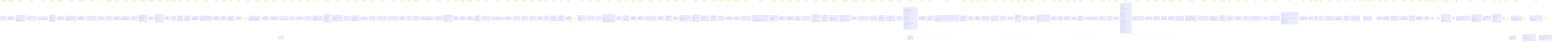
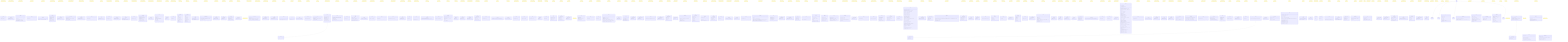
classDiagram
    class AppliedPresetTag {
        <<interface>>
        +name: string
        +orbitButton: ButtonToken
        +panButton: ButtonToken
    }
    note for AppliedPresetTag "src/render/cameraControls.ts"
    class ArchiveActions {
        <<interface>>
        +readonly canResume: boolean
        +readonly canReview: boolean
    }
    note for ArchiveActions "src/ui/widgets/archiveModel.ts"
    class ArchiveDeps {
        <<interface>>
        +readonly doc: Document
        +listArchive(): Promise~readonly ArchiveListing[]~
        +popScope(): void
        +pushScope(scope: ArchiveScope): void
        +registerOpenArchive(open: () =~ void): void
        +resumeArchived(id: string): Promise~void~
        +reviewArchived(id: string): Promise~void~
    }
    note for ArchiveDeps "src/ui/widgets/archive.ts"
    class ArchivedMeta {
        <<interface>>
        +readonly players: Readonly~Record~string, string~~
        +readonly result: string
        +readonly startedAt: number
    }
    note for ArchivedMeta "src/persist/archive.ts"
    class ArchiveInspect {
        <<interface>>
        +listArchive(): Promise~readonly ArchiveListing[]~
    }
    note for ArchiveInspect "src/debug/window.ts"
    class ArchiveItem {
        <<interface>>
        +readonly canResume: boolean
        +readonly canReview: boolean
        +readonly conflicted: boolean
        +readonly headHash: string
        +readonly id: string
        +readonly playersLabel: string
        +readonly result: string
        +readonly startedAt: number
    }
    note for ArchiveItem "src/ui/widgets/archiveModel.ts"
    class ArchiveListing {
        <<interface>>
        +readonly id: string
        +readonly meta: ArchiveListingMeta
    }
    note for ArchiveListing "src/ui/widgets/archiveModel.ts"
    class ArchiveListingMeta {
        <<interface>>
        +readonly headHash: string
        +readonly players: Readonly~Record~string, string~~
        +readonly result: string
        +readonly startedAt: number
    }
    note for ArchiveListingMeta "src/ui/widgets/archiveModel.ts"
    class ArchiveModel {
        <<interface>>
        +readonly isEmpty: boolean
        +readonly items: readonly ArchiveItem[]
    }
    note for ArchiveModel "src/ui/widgets/archiveModel.ts"
    class ArchiveScope {
        <<interface>>
        +readonly bindings: Readonly~Record~string, string~~
        +readonly blocking: true
        +readonly id: string
    }
    note for ArchiveScope "src/ui/widgets/archive.ts"
    class Axis {
        <<interface>>
        +readonly category: LineCategory
        +readonly vec: Coord
    }
    note for Axis "src/core/axes.ts"
    class BannerButton {
        <<interface>>
        +readonly commandId: string
        +readonly enabled: boolean
        +readonly label: string
    }
    note for BannerButton "src/ui/widgets/bannerModel.ts"
    class BannerContext {
        <<interface>>
        +readonly history: BannerHistory
        +readonly offTurnBlocks: number
    }
    note for BannerContext "src/ui/widgets/banner.ts"
    class BannerDeps {
        <<interface>>
        +readonly doc: Document
        +dispatch(commandId: string): boolean
    }
    note for BannerDeps "src/ui/widgets/banner.ts"
    class BannerHistory {
        <<interface>>
        +readonly canRedo: boolean
        +readonly canReset: boolean
        +readonly canUndo: boolean
    }
    note for BannerHistory "src/ui/widgets/bannerModel.ts"
    class BannerModel {
        <<interface>>
        +readonly blackCaptures: number
        +readonly blackCapturesLabel: string
        +readonly buttons: readonly BannerButton[]
        +readonly capturesSeparator: string
        +readonly player: Player
        +readonly status: 'turn' | 'winner'
        +readonly whiteCaptures: number
        +readonly whiteCapturesLabel: string
    }
    note for BannerModel "src/ui/widgets/bannerModel.ts"
    class BoardConfig {
        <<interface>>
        +readonly size: number
    }
    note for BoardConfig "src/ui/widgets/settingsModel.ts"
    class CameraPresetReadout {
        <<interface>>
        +maxDistance: number
        +minDistance: number
        +mouseButtons: Object
        +name: string
        +orbitButton: 'LEFT' | 'MIDDLE' | 'RIGHT'
        +panButton: 'LEFT' | 'MIDDLE' | 'RIGHT'
        +panSpeed: number
        +rotateSpeed: number
        +zoomSpeed: number
        +zoomToCursor: boolean
    }
    note for CameraPresetReadout "src/render/cameraControls.ts"
    class CameraReadout {
        <<interface>>
        +position: Object
        +target: Object
    }
    note for CameraReadout "src/render/scene.ts"
    class ColorFieldModel {
        <<interface>>
        +readonly key: string
        +readonly label: string
        +readonly value: string
    }
    note for ColorFieldModel "src/ui/widgets/settingsModel.ts"
    class ColorsPreview {
        <<interface>>
        +background: string
+         +blackPiece: string
+         +emptySphere: string
+         +hoverHighlight: string
        +lineFaceDiagonal: string
        +lineOpacity: number
        +lineOrthogonal: string
        +lineSpaceDiagonal: string
+         +tempPiece: string
+         +whitePiece: string
+         +winningLine: string
    }
    note for ColorsPreview "src/render/scene.ts"
    class ColorsReadout {
        <<interface>>
        +background: string
+         +blackPiece: string
+         +emptySphere: string
+         +hoverHighlight: string
        +lineFaceDiagonal: string
        +lineOpacity: number
        +lineOrthogonal: string
        +lineSpaceDiagonal: string
+         +tempPiece: string
+         +whitePiece: string
+         +winningLine: string
    }
    note for ColorsReadout "src/render/scene.ts"
    class Command {
        <<interface>>
        +readonly id: CommandId
        +run(ctx: CommandContext): void
    }
    note for Command "src/input/commands.ts"
    class CommandRegistry {
        <<interface>>
        +dispatch(id: CommandId, ctx: CommandContext): boolean
        +get(id: CommandId): Command | undefined
        +has(id: CommandId): boolean
        +ids(): CommandId[]
    }
    note for CommandRegistry "src/input/commands.ts"
    class ConfirmResult {
        <<interface>>
        +readonly commit: Coord | null
        +readonly next: TempPlacement
    }
    note for ConfirmResult "src/input/placement.ts"
    class ConflictedGame {
        <<interface>>
        +readonly mine: Game
        +readonly theirs: Game
    }
    note for ConflictedGame "src/persist/archive.ts"
    class ConflictedRecord {
        <<interface>>
        +readonly forks: Object
        +readonly size: number
    }
    note for ConflictedRecord "src/persist/archive.ts"
    class ConflictInput {
        <<interface>>
        +readonly meta: ArchivedMeta
        +readonly mineLog: EventLog
        +readonly size: number
        +readonly theirsLog: EventLog
    }
    note for ConflictInput "src/persist/archive.ts"
    class ConnectOptions {
        <<interface>>
        +readonly password: string
    }
    note for ConnectOptions "src/net/transport.ts"
    class ControlPreset {
        <<interface>>
        +readonly invertY: boolean
        +readonly maxDistance: number
        +readonly minDistance: number
        +readonly orbit: Gesture
        +readonly orbitSpeed: number
        +readonly pan: Gesture
        +readonly panSpeed: number
        +readonly zoom: Gesture
        +readonly zoomSpeed: number
        +readonly zoomToCursor: boolean
    }
    note for ControlPreset "src/render/cameraPresets.ts"
    class ControlsConfig {
        <<interface>>
        +readonly preset: string
        +readonly presets: Readonly~Record~string, ControlPreset~~
    }
    note for ControlsConfig "src/render/cameraPresets.ts"
    class ControlsConfig {
        <<interface>>
        +readonly preset: string
        +readonly presets: Readonly~Record~string, unknown~~
    }
    note for ControlsConfig "src/ui/widgets/settingsModel.ts"
    class DragGuardConfig {
        <<interface>>
        +readonly enabled: boolean
        +readonly thresholdPx: number
    }
    note for DragGuardConfig "src/input/pointerGesture.ts"
    class EditableProbe {
        <<interface>>
        +readonly isContentEditable: boolean
        +readonly tagName: string
    }
    note for EditableProbe "src/input/keybindings.ts"
    class Emitter {
        <<interface>>
        +emit(payload: T): void
        +subscribe(fn: (payload: T) =~ void): () =~ void
    }
    note for Emitter "src/util/emitter.ts"
    class Entry {
        <<interface>>
        +fn: (payload: T) =~ void
    }
    note for Entry "src/util/emitter.ts"
    class EventLog {
        <<interface>>
        +readonly entries: readonly LogEntry[]
    }
    note for EventLog "src/core/eventLog.ts"
    class GameExport {
        <<interface>>
        +readonly log: readonly Event[]
        +readonly settings: GameSettings
        +readonly size: number
    }
    note for GameExport "src/core/serialize.ts"
    class GameMeta {
        <<interface>>
        +readonly headHash: string
        +readonly players: Readonly~Record~string, string~~
        +readonly result: string
        +readonly startedAt: number
    }
    note for GameMeta "src/persist/db.ts"
    class GameRecord {
        <<interface>>
        +readonly id: string
        +readonly log: readonly Readonly~Record~string, unknown~~[]
        +readonly meta: GameMeta
    }
    note for GameRecord "src/persist/db.ts"
    class GameState {
        <<interface>>
        +readonly captures: Readonly~Record~Player, number~~
        +readonly pieces: Readonly~Record~NodeKey, Player~~
        +readonly size: number
        +readonly turn: Player
        +readonly winner: Player | null
        +readonly winningLine: readonly NodeKey[]
    }
    note for GameState "src/core/gameState.ts"
    class GenerateLineResult {
        <<interface>>
        +readonly line: Line
        +readonly ok: boolean
        +readonly warning: string
    }
    note for GenerateLineResult "src/core/lines.ts"
    class HelpDeps {
        <<interface>>
        +readonly doc: Document
        +getHelpSources(): HelpSources
        +popScope(): void
        +pushScope(scope: HelpScope): void
        +registerOpenHelp(open: () =~ void): void
    }
    note for HelpDeps "src/ui/widgets/help.ts"
    class HelpModel {
        <<interface>>
        +readonly rows: readonly HelpRow[]
    }
    note for HelpModel "src/ui/widgets/helpModel.ts"
    class HelpRow {
        <<interface>>
        +readonly commandId: string
        +readonly keys: readonly string[]
        +readonly label: string
    }
    note for HelpRow "src/ui/widgets/helpModel.ts"
    class HelpScope {
        <<interface>>
        +readonly bindings: Readonly~Record~string, string~~
        +readonly blocking: true
        +readonly id: string
    }
    note for HelpScope "src/ui/widgets/help.ts"
    class HelpSources {
        <<interface>>
        +readonly bindings: Readonly~Record~string, string~~
        +readonly commandIds: readonly string[]
        +readonly labels: Readonly~Record~string, string~~
    }
    note for HelpSources "src/ui/widgets/helpModel.ts"
    class HistoryFacts {
        <<interface>>
        +readonly maxPly: number
        +readonly viewedPly: number
    }
    note for HistoryFacts "src/ui/widgets/sliderModel.ts"
    class HistoryReadout {
        <<interface>>
        +maxPly: number
        +scrubbing: boolean
        +viewedPly: number
    }
    note for HistoryReadout "src/render/scene.ts"
    class HistorySliderDeps {
        <<interface>>
        +readonly doc: Document
        +getHistory(): HistoryFacts
        +scrubTo(k: number): void
    }
    note for HistorySliderDeps "src/ui/widgets/historySlider.ts"
    class HoverLookup {
        <<interface>>
        +readonly byId: ReadonlyMap~LineId, LineRef~
        +readonly linesThrough: ReadonlyMap~NodeKey, readonly LineRef[]~
    }
    note for HoverLookup "src/render/hover.ts"
    class HoverTarget {
        <<interface>>
        +readonly lines: readonly LineId[]
        +readonly nodes: readonly NodeKey[]
        +readonly pieces: readonly NodeKey[]
    }
    note for HoverTarget "src/render/hover.ts"
    class InputHandle {
        <<interface>>
        +readonly registry: CommandRegistry
        +dispatch(id: string): boolean
        +dispose(): void
        +handleChord(chord: string): KeyResolution
        +pop(): void
        +push(scope: Scope): void
        +readout(): InputReadout
        +stack(): ScopeStack
    }
    note for InputHandle "src/input/setup.ts"
    class InputReadout {
        <<interface>>
        +commands: string[]
        +scopes: string[]
    }
    note for InputReadout "src/input/setup.ts"
    class InstanceRange {
        <<interface>>
        +readonly count: number
        +readonly start: number
    }
    note for InstanceRange "src/render/linesLayout.ts"
    class KeybindingRow {
        <<interface>>
        +readonly commandId: string
        +readonly key: string
    }
    note for KeybindingRow "src/ui/widgets/settingsModel.ts"
    class KeyChordEvent {
        <<interface>>
        +readonly altKey: boolean
        +readonly ctrlKey: boolean
        +readonly key: string
        +readonly metaKey: boolean
        +readonly shiftKey: boolean
    }
    note for KeyChordEvent "src/input/keybindings.ts"
    class KeyResolution {
        <<interface>>
        +readonly commandId: CommandId | null
        +readonly handled: boolean
        +readonly scopeId: string | null
    }
    note for KeyResolution "src/input/scopes.ts"
    class LayoutConfig {
        <<interface>>
        +readonly widgets: Readonly~Record~string, WidgetPlacement~~
    }
    note for LayoutConfig "src/ui/layout.ts"
    class LayoutReadout {
        <<interface>>
        +zones: Record~string, string[]~
    }
    note for LayoutReadout "src/ui/container.ts"
    class LifecycleObservation {
        <<interface>>
        +readonly generation: number
        +readonly hasWinner: boolean
        +readonly ply: number
    }
    note for LifecycleObservation "src/persist/gameLifecycle.ts"
    class LifecycleState {
        <<interface>>
        +readonly finalized: boolean
        +readonly generation: number
        +readonly ply: number
    }
    note for LifecycleState "src/persist/gameLifecycle.ts"
    class LifecycleTransition {
        <<interface>>
        +readonly finalizeCurrent: boolean
        +readonly mintFresh: boolean
        +readonly next: LifecycleState
    }
    note for LifecycleTransition "src/persist/gameLifecycle.ts"
    class LightingConfig {
        <<interface>>
        +ambient: Object
        +directional: Object
    }
    note for LightingConfig "src/render/sceneConfig.ts"
    class LightingReadout {
        <<interface>>
        +ambient: Object
        +background: number
        +directional: Object
    }
    note for LightingReadout "src/render/scene.ts"
    class Line {
        <<interface>>
        +readonly axisIndex: number
        +readonly category: LineCategory
        +readonly entryNode: Coord
        +readonly id: LineId
        +readonly nodes: Coord[]
    }
    note for Line "src/core/lines.ts"
    class LineColorsConfig {
        <<interface>>
        +hoverHighlight: string
        +lineFaceDiagonal: string
        +lineOpacity: number
        +lineOrthogonal: string
        +lineSpaceDiagonal: string
    }
    note for LineColorsConfig "src/render/lines.ts"
    class LineGeometryConfig {
        <<interface>>
        +lineThickness: number
        +spacing: number
    }
    note for LineGeometryConfig "src/render/lines.ts"
    class LineGroup {
        <<interface>>
        +readonly lines: readonly Line[]
        +readonly rangeOf: ReadonlyMap~LineId, InstanceRange~
        +readonly segmentCount: number
        +readonly segments: readonly LineSegment[]
    }
    note for LineGroup "src/render/linesLayout.ts"
    class LineGroupReadout {
        <<interface>>
        +blending: BlendMode
        +category: LineCategory
        +highlightedSegmentCount: number
        +lineCount: number
        +segmentCount: number
        +visible: boolean
    }
    note for LineGroupReadout "src/render/lines.ts"
    class LineRef {
        <<interface>>
        +readonly category: LineCategory
        +readonly id: LineId
        +readonly nodeKeys: readonly NodeKey[]
    }
    note for LineRef "src/render/hover.ts"
    class LineSegment {
        <<interface>>
        +readonly a: Coord
        +readonly b: Coord
        +readonly lineId: LineId
    }
    note for LineSegment "src/render/linesLayout.ts"
    class LinesHandle {
        <<interface>>
        +readonly object: THREE.Group
        +dispose(): void
        +getVisibleLines(): LineGroupReadout[]
        +highlight(lineIds: readonly LineId[]): void
        +pickables(): Object[]
        +rangeOf(category: LineCategory, lineId: LineId): Object | null
        +setBaseColor(category: LineCategory, hex: string): string
        +setBlending(category: LineCategory, mode: BlendMode): BlendMode
        +setOpacity(opacity: number): number
        +setVisible(category: LineCategory, visible: boolean): void
    }
    note for LinesHandle "src/render/lines.ts"
    class LogEntry {
        <<interface>>
        +readonly event: Event
        +readonly hash: string
    }
    note for LogEntry "src/core/eventLog.ts"
    class Logger {
        <<interface>>
        +debug(args: unknown[]): void
        +error(args: unknown[]): void
        +info(args: unknown[]): void
        +trace(args: unknown[]): void
        +warn(args: unknown[]): void
    }
    note for Logger "src/debug/log.ts"
    class MarkerColorsConfig {
        <<interface>>
        +emptySphere: string
        +hoverHighlight: string
    }
    note for MarkerColorsConfig "src/render/markers.ts"
    class MarkerGeometryConfig {
        <<interface>>
        +markerRadius: number
        +sphereSegments: Object
    }
    note for MarkerGeometryConfig "src/render/markers.ts"
    class MarkerIndex {
        <<interface>>
        +readonly count: number
        +readonly instanceIdOf: ReadonlyMap~NodeKey, number~
        +readonly nodeOfInstance: readonly NodeKey[]
    }
    note for MarkerIndex "src/render/markersLayout.ts"
    class MarkerMaterialsConfig {
        <<interface>>
        +markerDepthWrite: boolean
        +markerOpacity: number
    }
    note for MarkerMaterialsConfig "src/render/markers.ts"
    class MarkerNodeReadout {
        <<interface>>
        +highlighted: boolean
        +instanceColorHex: string
        +instanceId: number
        +node: NodeKey
        +visible: boolean
    }
    note for MarkerNodeReadout "src/render/markers.ts"
    class MarkerRenderingConfig {
        <<interface>>
        +marker: Object
    }
    note for MarkerRenderingConfig "src/render/markers.ts"
    class MarkersHandle {
        <<interface>>
        +readonly object: THREE.Group
        +dispose(): void
        +getMarkers(query: readonly NodeKey[]): MarkersReadout
        +highlight(nodes: readonly NodeKey[]): void
+         +setColor(hex: string): string
        +setMaterial(params: Object): void
        +sync(state: GameState): void
    }
    note for MarkersHandle "src/render/markers.ts"
    class MarkersReadout {
        <<interface>>
+         +baseColorHex: string
        +count: number
        +highlightedCount: number
        +materialEmissiveIntensity: number
        +metalness: number
        +nodes: MarkerNodeReadout[]
        +opacity: number
        +roughness: number
        +visibleCount: number
    }
    note for MarkersReadout "src/render/markers.ts"
    class MenuDeps {
        <<interface>>
        +readonly doc: Document
        +readonly entries: readonly MenuEntrySpec[]
        +dispatch(commandId: string): boolean
        +popScope(): void
        +pushScope(scope: MenuScope): void
    }
    note for MenuDeps "src/ui/widgets/menu.ts"
    class MenuEntrySpec {
        <<interface>>
        +readonly commandId: string
        +readonly id: string
        +readonly label: string
        +readonly order: number
        +readonly visible: boolean
    }
    note for MenuEntrySpec "src/ui/widgets/menuModel.ts"
    class MenuItem {
        <<interface>>
        +readonly commandId: string
        +readonly id: string
        +readonly label: string
    }
    note for MenuItem "src/ui/widgets/menuModel.ts"
    class MenuModel {
        <<interface>>
        +readonly items: readonly MenuItem[]
    }
    note for MenuModel "src/ui/widgets/menuModel.ts"
    class MenuOpenState {
        <<interface>>
        +readonly open: boolean
    }
    note for MenuOpenState "src/ui/widgets/menuModel.ts"
    class MenuScope {
        <<interface>>
        +readonly bindings: Readonly~Record~string, string~~
        +readonly blocking: boolean
        +readonly id: string
    }
    note for MenuScope "src/ui/widgets/menu.ts"
    class MqttClientLike {
        <<interface>>
        +end(): this
        +on(event: 'connect', cb: () =~ void): this
        +on(event: 'error', cb: (err: Error) =~ void): this
        +on(event: 'message', cb: (topic: string, payload: Uint8Array, packet: Object) =~ void): this
        +on(event: string, cb: (...args: never[]) =~ void): this
        +publish(topic: string, payload: string, opts: MqttPublishOptions, cb: () =~ void): this
        +subscribe(topics: string[], cb: (err: Error | null) =~ void): this
    }
    note for MqttClientLike "src/net/mqttTransport.ts"
    class MqttConnectOptions {
        <<interface>>
        +readonly clientId: string
        +readonly connectTimeout: number
        +readonly password: string
        +readonly reconnectPeriod: number
        +readonly username: string
        +readonly will: MqttWill
    }
    note for MqttConnectOptions "src/net/mqttTransport.ts"
    class MqttPublishOptions {
        <<interface>>
        +readonly qos: 0 | 1 | 2
        +readonly retain: boolean
    }
    note for MqttPublishOptions "src/net/mqttTransport.ts"
    class MqttTransportDeps {
        <<interface>>
        +readonly connect: MqttConnectFn
        +readonly peerId: string
    }
    note for MqttTransportDeps "src/net/mqttTransport.ts"
    class MqttWill {
        <<interface>>
        +readonly payload: string
        +readonly qos: 0 | 1 | 2
        +readonly retain: boolean
        +readonly topic: string
    }
    note for MqttWill "src/net/mqttTransport.ts"
    class NetDeps {
        <<interface>>
        +readonly doc: Document
        +copyToClipboard(text: string): Promise~void~
        +getNet(): NetSessionState
    }
    note for NetDeps "src/ui/widgets/net.ts"
    class NetHooks {
        <<interface>>
        +canPlace(): boolean
        +getNet(): NetSessionState
        +getNetGameState(): GameState | null
        +getNetHeadHash(): string | null
        +host(): void
        +join(): void
        +place(coords: Coord): GameState
        +resync(): void
        +setPendingJoinCode(code: string): void
    }
    note for NetHooks "src/render/scene.ts"
    class NetModel {
        <<interface>>
        +readonly code: string | null
        +readonly conflict: boolean
        +readonly conflictText: string | null
        +readonly joinErrorText: string | null
        +readonly panel: NetPanel
        +readonly seatText: string | null
        +readonly statusText: string
    }
    note for NetModel "src/ui/widgets/netModel.ts"
    class NetPanelDeps {
        <<interface>>
        +readonly doc: Document
        +dispatch(commandId: string): boolean
        +popScope(): void
        +pushScope(scope: NetPanelScope): void
        +registerOpenNetwork(open: () =~ void): void
        +setPendingJoinCode(code: string): void
    }
    note for NetPanelDeps "src/ui/widgets/netPanel.ts"
    class NetPanelModel {
        <<interface>>
        +readonly canonicalCode: string | null
        +readonly codeError: string | null
        +readonly codeValid: boolean
        +readonly effectiveCode: string
        +readonly placeholder: string
        +readonly recentRows: readonly NetPanelRecentRow[]
        +readonly text: string
    }
    note for NetPanelModel "src/ui/widgets/netPanelModel.ts"
    class NetPanelRecentRow {
        <<interface>>
        +readonly code: string
    }
    note for NetPanelRecentRow "src/ui/widgets/netPanelModel.ts"
    class NetPanelScope {
        <<interface>>
        +readonly bindings: Readonly~Record~string, string~~
        +readonly blocking: boolean
        +readonly id: string
    }
    note for NetPanelScope "src/ui/widgets/netPanel.ts"
    class NetPanelState {
        <<interface>>
        +readonly placeholder: string
        +readonly recent: readonly string[]
        +readonly text: string
    }
    note for NetPanelState "src/ui/widgets/netPanelModel.ts"
    class NetSessionDeps {
        <<interface>>
        +now: () =~ number
        +rand: () =~ number
        +readonly db: IDBDatabase
        +readonly playerId: string
        +readonly size: number
        +createTransport(): Transport
    }
    note for NetSessionDeps "src/net/session.ts"
    class NetSessionState {
        <<interface>>
        +readonly code: string | null
        +readonly joinError: JoinErrorReason | null
        +readonly peerPresent: boolean
        +readonly phase: NetPhase
        +readonly seat: NetSeat
    }
    note for NetSessionState "src/ui/widgets/netModel.ts"
    class OpacityFieldModel {
        <<interface>>
        +readonly key: string
        +readonly label: string
        +readonly value: number
    }
    note for OpacityFieldModel "src/ui/widgets/settingsModel.ts"
    class PenteInspect {
        <<interface>>
        +applyConfig(section: ConfigSection): void
        +clickAt(ndcX: number, ndcY: number): GameState | null
        +dispatch(id: string): boolean | null
        +getArchive(): Promise~readonly ArchiveListing[]~
        +getBannerContext(): BannerContext | null
        +getCamera(): CameraReadout | null
        +getCameraPreset(): CameraPresetReadout | null
        +getColors(): ColorsReadout | null
        +getHeadHash(): string | null
        +getHelpSources(): HelpSources | null
        +getHistory(): HistoryReadout | null
        +getHoverTarget(): HoverTarget | null
        +getInput(): InputReadout | null
        +getInteraction(): DragGuardConfig | null
        +getLayout(): LayoutReadout | null
        +getLighting(): LightingReadout | null
        +getMarkers(query: readonly string[]): MarkersReadout | null
        +getNet(): NetSessionState | null
        +getPieces(): PieceReadout[] | null
        +getState(): GameState | null
        +getTemp(): TempReadout | null
        +getTurnGate(): TurnGateReadout | null
        +getViewportSize(): ViewportReadout | null
        +getVisibleLines(): LineGroupReadout[] | null
        +getWinLine(): WinLineReadout | null
        +hoverAt(ndcX: number, ndcY: number): HoverTarget | null
        +pickAt(ndcX: number, ndcY: number): RaycastHit | null
        +place(coords: Coord): GameState | null
        +pressKey(chord: string): KeyResolution | null
        +radiusOf(node: Coord): number | null
        +rayNodeDistances(ndcX: number, ndcY: number): Object[]
        +resync(): void
        +scrubTo(k: number): void
        +setCamera(position: Object, target: Object): void
        +setConfig(section: ConfigSection, partial: Record~string, unknown~): void
        +setPendingJoinCode(code: string): void
    }
    note for PenteInspect "src/debug/window.ts"
    class PickableLineMesh {
        <<interface>>
        +readonly category: LineCategory
        +readonly mesh: THREE.Object3D
    }
    note for PickableLineMesh "src/render/picking.ts"
    class PickGeometryConfig {
        <<interface>>
        +markerRadius: number
        +pickPadding: number
        +pieceRadius: number
        +spacing: number
    }
    note for PickGeometryConfig "src/render/picking.ts"
    class PickingHandle {
        <<interface>>
        +readonly object: THREE.Group
        +dispose(): void
        +pickAt(ndcX: number, ndcY: number, camera: THREE.Camera, state: GameState, lineMeshes: readonly PickableLineMesh[]): RaycastHit | null
        +radiusOf(node: Coord): number | null
        +sync(state: GameState): void
        +worldOf(node: Coord): Object
    }
    note for PickingHandle "src/render/picking.ts"
    class PickRadiusInput {
        <<interface>>
        +readonly markerRadius: number
        +readonly occupied: boolean
        +readonly padding: number
        +readonly pieceRadius: number
        +readonly spacing: number
    }
    note for PickRadiusInput "src/render/pickRadius.ts"
    class PieceAdd {
        <<interface>>
        +readonly node: NodeKey
        +readonly owner: Player
    }
    note for PieceAdd "src/render/piecesDiff.ts"
    class PieceColorsConfig {
        <<interface>>
        +blackPiece: string
        +whitePiece: string
    }
    note for PieceColorsConfig "src/render/pieces.ts"
    class PieceDiff {
        <<interface>>
        +readonly adds: readonly PieceAdd[]
        +readonly recolors: readonly PieceRecolor[]
        +readonly removes: readonly NodeKey[]
    }
    note for PieceDiff "src/render/piecesDiff.ts"
    class PieceEntry {
        <<interface>>
        +fadeDir: -1 | 0 | 1
        +material: THREE.MeshStandardMaterial
        +mesh: THREE.Mesh
        +owner: Player
        +targetOpacity: number
    }
    note for PieceEntry "src/render/pieces.ts"
    class PieceGeometryConfig {
        <<interface>>
        +pieceRadius: number
        +spacing: number
        +sphereSegments: Object
    }
    note for PieceGeometryConfig "src/render/pieces.ts"
    class PieceMaterialsConfig {
        <<interface>>
        +pieceOpacity: number
    }
    note for PieceMaterialsConfig "src/render/pieces.ts"
    class PieceReadout {
        <<interface>>
        +emissiveIntensity: number
        +fadingOut: boolean
        +metalness: number
        +node: NodeKey
        +opacity: number
        +owner: Player
        +position: Object
        +roughness: number
    }
    note for PieceReadout "src/render/pieces.ts"
    class PieceRecolor {
        <<interface>>
        +readonly from: Player
        +readonly node: NodeKey
        +readonly to: Player
    }
    note for PieceRecolor "src/render/piecesDiff.ts"
    class PieceRenderingConfig {
        <<interface>>
        +piece: Object
        +pieceFadeMs: number
    }
    note for PieceRenderingConfig "src/render/pieces.ts"
    class PiecesHandle {
        <<interface>>
        +readonly object: THREE.Group
        +count(): number
        +dispose(): void
+         +getColors(): Object
        +getPieces(): PieceReadout[]
        +highlight(nodes: readonly NodeKey[], color: string, boost: number): void
+         +setColors(next: Object): Object
        +setMaterial(params: Object): void
        +sync(state: GameState): void
        +tick(deltaMs: number): void
    }
    note for PiecesHandle "src/render/pieces.ts"
    class PlaceEvent {
        <<interface>>
        +readonly node: NodeKey
        +readonly type: 'place'
    }
    note for PlaceEvent "src/core/eventLog.ts"
    class PointerPos {
        <<interface>>
        +readonly x: number
        +readonly y: number
    }
    note for PointerPos "src/input/pointerGesture.ts"
    class PresenceSignal {
        <<interface>>
        +readonly kind: PresenceKind
        +readonly peerId: string
    }
    note for PresenceSignal "src/net/presence.ts"
    class RedoEvent {
        <<interface>>
        +readonly type: 'redo'
    }
    note for RedoEvent "src/core/eventLog.ts"
    class RelayConfig {
        <<interface>>
        +readonly password: string
        +readonly topicRoot: string
        +readonly username: string
        +readonly wssUrl: string
    }
    note for RelayConfig "src/config/config.ts"
    class ResolvedCameraPreset {
        <<interface>>
        +readonly name: string
    }
    note for ResolvedCameraPreset "src/render/cameraPresets.ts"
    class ResolvedLayout {
        <<interface>>
        +readonly zones: Readonly~Record~string, readonly ResolvedWidget[]~~
    }
    note for ResolvedLayout "src/ui/layout.ts"
    class ResolvedLineGroup {
        <<interface>>
        +readonly blending: BlendMode
        +readonly visible: boolean
    }
    note for ResolvedLineGroup "src/render/linesLayout.ts"
    class ResolvedSceneConfig {
        <<interface>>
        +ambient: Object
        +background: number
        +directional: Object
    }
    note for ResolvedSceneConfig "src/render/sceneConfig.ts"
    class ResolvedWidget {
        <<interface>>
        +readonly id: string
        +readonly offset: Object
        +readonly order: number
    }
    note for ResolvedWidget "src/ui/layout.ts"
    class SceneColorsConfig {
        <<interface>>
        +background: string
    }
    note for SceneColorsConfig "src/render/sceneConfig.ts"
    class SceneHandle {
        <<interface>>
        +camera: THREE.PerspectiveCamera
        +controls: OrbitControls
        +renderer: THREE.WebGLRenderer
        +scene: THREE.Scene
        +adoptNetState(): void
        +applyColors(preview: ColorsPreview): ColorsReadout
        +applyConfig(section: ConfigSection): void
        +clickAt(ndcX: number, ndcY: number): GameState | null
        +dispatch(id: string): boolean
        +dispose(): void
        +getBannerContext(): BannerContext
        +getCamera(): CameraReadout
        +getCameraPreset(): CameraPresetReadout
        +getColors(): ColorsReadout
        +getGame(): Game
        +getHeadHash(): string
        +getHelpSources(): HelpSources
        +getHistory(): HistoryReadout
        +getHoverTarget(): HoverTarget | null
        +getInput(): InputReadout
        +getInteraction(): DragGuardConfig
        +getLighting(): LightingReadout
        +getMarkers(query: readonly string[]): MarkersReadout
        +getNet(): NetSessionState
        +getPieces(): PieceReadout[]
        +getState(): GameState
        +getTemp(): TempReadout
        +getTurnGate(): TurnGateReadout
        +getViewportSize(): ViewportReadout
        +getVisibleLines(): LineGroupReadout[]
        +getWinLine(): WinLineReadout
        +hoverAt(ndcX: number, ndcY: number): HoverTarget | null
        +loadGame(loaded: Game): void
        +onNewGame(listener: () =~ void): () =~ void
        +onStateChange(listener: () =~ void): () =~ void
        +pickAt(ndcX: number, ndcY: number): RaycastHit | null
        +pickRadiusOf(node: Coord): number | null
        +place(coords: Coord): GameState
        +popScope(): void
        +pressKey(chord: string): KeyResolution
        +pushScope(scope: Scope): void
        +rayNodeDistances(ndcX: number, ndcY: number): Object[]
        +resync(): void
        +scrubTo(k: number): void
        +setCamera(position: Object, target: Object): void
        +setNetHooks(hooks: NetHooks): void
        +setOpenArchive(open: () =~ void): void
        +setOpenHelp(open: () =~ void): void
        +setOpenNetwork(open: () =~ void): void
        +setOpenSettings(open: () =~ void): void
        +setPendingJoinCode(code: string): void
    }
    note for SceneHandle "src/render/scene.ts"
    class Scope {
        <<interface>>
        +readonly bindings: Readonly~Record~string, CommandId~~
        +readonly blocking: boolean
        +readonly id: string
    }
    note for Scope "src/input/scopes.ts"
    class ScopeStack {
        <<interface>>
        +readonly scopes: readonly Scope[]
    }
    note for ScopeStack "src/input/scopes.ts"
    class ScrubResolution {
        <<interface>>
        +readonly atLive: boolean
        +readonly viewedPly: number
    }
    note for ScrubResolution "src/ui/widgets/sliderModel.ts"
    class SeatMap {
        <<interface>>
        +readonly black: string | null
        +readonly white: string | null
    }
    note for SeatMap "src/net/seats.ts"
    class SelectOption {
        <<interface>>
        +readonly selected: boolean
        +readonly value: T
    }
    note for SelectOption "src/ui/widgets/settingsModel.ts"
    class SettingsDeps {
        <<interface>>
        +readonly doc: Document
        +popScope(): void
        +pushScope(scope: SettingsScope): void
        +registerOpener(open: () =~ void): void
    }
    note for SettingsDeps "src/ui/widgets/settings.ts"
    class SettingsModel {
        <<interface>>
        +readonly boardSizeOptions: readonly SelectOption~number~[]
        +readonly colorFields: readonly ColorFieldModel[]
        +readonly keybindingRows: readonly KeybindingRow[]
        +readonly opacityField: OpacityFieldModel
        +readonly presetOptions: readonly SelectOption~string~[]
    }
    note for SettingsModel "src/ui/widgets/settingsModel.ts"
    class SettingsScope {
        <<interface>>
        +readonly bindings: Readonly~Record~string, string~~
        +readonly blocking: boolean
        +readonly id: string
    }
    note for SettingsScope "src/ui/widgets/settings.ts"
    class SettingsSources {
        <<interface>>
        +readonly board: BoardConfig
        +readonly colors: ColorsConfig
        +readonly controls: ControlsConfig
        +readonly keybindings: KeybindingsConfig
    }
    note for SettingsSources "src/ui/widgets/settingsModel.ts"
    class SliderModel {
        <<interface>>
        +readonly atLive: boolean
        +readonly enabled: boolean
        +readonly label: string
        +readonly max: number
        +readonly min: number
        +readonly value: number
    }
    note for SliderModel "src/ui/widgets/sliderModel.ts"
    class SyncMessage {
        <<interface>>
        +readonly headHash: string
        +readonly log: readonly Event[]
        +readonly version: number
    }
    note for SyncMessage "src/net/sync.ts"
    class TempPlacement {
        <<interface>>
        +readonly active: boolean
        +readonly preview: NodeKey | null
    }
    note for TempPlacement "src/input/placement.ts"
    class TempReadout {
        <<interface>>
        +active: boolean
        +preview: string | null
        +previewOpacity: number
    }
    note for TempReadout "src/render/scene.ts"
    class Transport {
        <<interface>>
        +connect(roomCode: string, opts: ConnectOptions): Promise~void~
        +disconnect(): void
        +onMessage(cb: MessageHandler): void
        +onPresence(cb: PresenceHandler): void
        +publish(msg: TransportMessage): void
    }
    note for Transport "src/net/transport.ts"
    class TurnGateReadout {
        <<interface>>
        +offTurnBlocks: number
    }
    note for TurnGateReadout "src/render/scene.ts"
    class UiContainerHandle {
        <<interface>>
        +readonly root: HTMLElement
        +dispose(): void
        +getLayout(): LayoutReadout
        +update(state: unknown, config: unknown): void
    }
    note for UiContainerHandle "src/ui/container.ts"
    class UiDeps {
        <<interface>>
        +copyToClipboard(text: string): Promise~void~
        +dispatch(commandId: string): boolean
        +getHelpSources(): HelpSources
        +getHistory(): HistoryFacts
        +getNet(): NetSessionState
        +listArchive(): Promise~readonly ArchiveListing[]~
        +popScope(): void
        +pushScope(scope: MenuScope | SettingsScope | HelpScope | ArchiveScope | NetPanelScope): void
        +registerOpenArchive(open: () =~ void): void
        +registerOpenHelp(open: () =~ void): void
        +registerOpenNetwork(open: () =~ void): void
        +registerOpener(open: () =~ void): void
        +resumeArchived(id: string): Promise~void~
        +reviewArchived(id: string): Promise~void~
        +scrubTo(k: number): void
        +setPendingJoinCode(code: string): void
    }
    note for UiDeps "src/ui/setup.ts"
    class UiHandle {
        <<interface>>
        +readonly container: UiContainerHandle
        +getLayout(): LayoutReadout
    }
    note for UiHandle "src/ui/setup.ts"
    class UndoEvent {
        <<interface>>
        +readonly type: 'undo'
    }
    note for UndoEvent "src/core/eventLog.ts"
    class Vec3 {
        <<interface>>
        +x: number
        +y: number
        +z: number
    }
    note for Vec3 "src/render/sceneConfig.ts"
    class ViewportReadout {
        <<interface>>
        +aspect: number
        +height: number
        +width: number
    }
    note for ViewportReadout "src/render/scene.ts"
    class Widget {
        <<interface>>
        +readonly element: HTMLElement
        +dispose(): void
        +update(state: unknown, config: unknown): void
    }
    note for Widget "src/ui/registry.ts"
    class WidgetFactory {
        <<interface>>
        +readonly id: WidgetId
        +mount(deps: unknown): Widget
    }
    note for WidgetFactory "src/ui/registry.ts"
    class WidgetPlacement {
        <<interface>>
        +readonly offset: Object
        +readonly order: number
        +readonly visible: boolean
        +readonly zone: string
    }
    note for WidgetPlacement "src/ui/layout.ts"
    class WidgetRegistry {
        <<interface>>
        +get(id: WidgetId): WidgetFactory | undefined
        +has(id: WidgetId): boolean
        +ids(): WidgetId[]
        +knownIds(): Set~WidgetId~
    }
    note for WidgetRegistry "src/ui/registry.ts"
    class Window {
        <<interface>>
        +__pente: PenteInspect
    }
    note for Window "src/debug/window.ts"
    class Window {
        <<interface>>
        +__penteRematchPrompt: () =~ boolean
    }
    note for Window "src/main.ts"
    class Window {
        <<interface>>
        +__penteNetTransportFactory: () =~ Transport
    }
    note for Window "src/net/appSession.ts"
    class Window {
        <<interface>>
        +__penteDbName: string
    }
    note for Window "src/persist/db.ts"
    class WinLineColorsConfig {
        <<interface>>
        +winningLine: string
    }
    note for WinLineColorsConfig "src/render/winLine.ts"
    class WinLineGeometryConfig {
        <<interface>>
        +lineThickness: number
        +spacing: number
    }
    note for WinLineGeometryConfig "src/render/winLine.ts"
    class WinLineHandle {
        <<interface>>
        +readonly object: THREE.Group
        +dispose(): void
        +getWinLine(): WinLineReadout
+         +setColor(hex: string): number
        +sync(state: GameState): void
    }
    note for WinLineHandle "src/render/winLine.ts"
    class WinLinePlan {
        <<interface>>
        +readonly nodes: readonly Coord[]
        +readonly segments: readonly WinSegment[]
    }
    note for WinLinePlan "src/render/winLineLayout.ts"
    class WinLineReadout {
        <<interface>>
        +color: number
        +nodes: string[]
        +opacity: number
        +segmentCount: number
        +visible: boolean
    }
    note for WinLineReadout "src/render/winLine.ts"
    class WinLineRenderingConfig {
        <<interface>>
        +winLineOpacity: number
        +winLineThickness: number
    }
    note for WinLineRenderingConfig "src/render/winLine.ts"
    class WinSegment {
        <<interface>>
        +readonly a: Coord
        +readonly b: Coord
    }
    note for WinSegment "src/render/winLineLayout.ts"
    class ArchiveError {
    }
    note for ArchiveError "src/persist/archive.ts"
    class ExportError {
    }
    note for ExportError "src/core/serialize.ts"
    class Game {
        +canRedo(): boolean
        +canUndo(): boolean
        +get log(): EventLog
        +place(coords: Coord): void
        +ply(): number
        +redo(): void
        +state(): GameState
        +stateAt(k: number): GameState
        +static fromLog(size: number, log: EventLog): Game
        +undo(): void
    }
    note for Game "src/core/game.ts"
    class IllegalMove {
    }
    note for IllegalMove "src/core/gameState.ts"
    class MockRelayHub {
        +join(room: string, peer: MockTransport): void
        +leave(room: string, peer: MockTransport): void
        +peerIds(room: string): string[]
        +publish(room: string, sender: MockTransport, msg: TransportMessage): void
    }
    note for MockRelayHub "src/net/transport.ts"
    class MockTransport {
        +readonly peerId: string
        +connect(roomCode: string, _opts: ConnectOptions): Promise~void~
        +deliver(msg: TransportMessage): void
        +disconnect(): void
        +onMessage(cb: MessageHandler): void
        +onPresence(cb: PresenceHandler): void
        +presenceChanged(peers: readonly string[]): void
        +publish(msg: TransportMessage): void
    }
    note for MockTransport "src/net/transport.ts"
    class MqttTransport {
        +readonly peerId: string
        +connect(roomCode: string, _opts: ConnectOptions): Promise~void~
        +disconnect(): void
        +onMessage(cb: MessageHandler): void
        +onPresence(cb: PresenceHandler): void
        +publish(msg: TransportMessage): void
    }
    note for MqttTransport "src/net/mqttTransport.ts"
    class NetSession {
        +canPlace(): boolean
        +disconnect(): void
        +gameState(): GameState | null
        +host(rawCode: string): Promise~void~
        +join(rawCode: string): Promise~boolean~
        +onChange(listener: NetChangeListener): () =~ void
        +place(coords: Coord): void
        +state(): NetSessionState
        +syncEngine(): SyncEngine | null
        +undo(): void
    }
    note for NetSession "src/net/session.ts"
    class PresenceTracker {
        +apply(signal: PresenceSignal): boolean
        +candidatePeers(): string[]
        +hasLivePeer(): boolean
        +livePeers(): string[]
    }
    note for PresenceTracker "src/net/presence.ts"
    class SyncEngine {
        +conflictForks(): Object | null
        +connect(roomCode: string): Promise~void~
        +game(): Game
        +onChange(listener: () =~ void): () =~ void
        +place(coords: Coord): void
        +placeLocalOnly(coords: Coord): void
        +publishState(): void
        +receive(msg: SyncMessage): void
        +status(): SyncStatus
        +undo(): void
        +whenSettled(): Promise~void~
    }
    note for SyncEngine "src/net/sync.ts"
    class SyncError {
    }
    note for SyncError "src/net/sync.ts"
    ControlPreset <|-- ResolvedCameraPreset
    Error <|-- ArchiveError
    Error <|-- ExportError
    Error <|-- IllegalMove
    Error <|-- SyncError
    GameRecord <|-- ConflictedRecord
    LineGroup <|-- ResolvedLineGroup
    Transport <|.. MockTransport
    Transport <|.. MqttTransport
